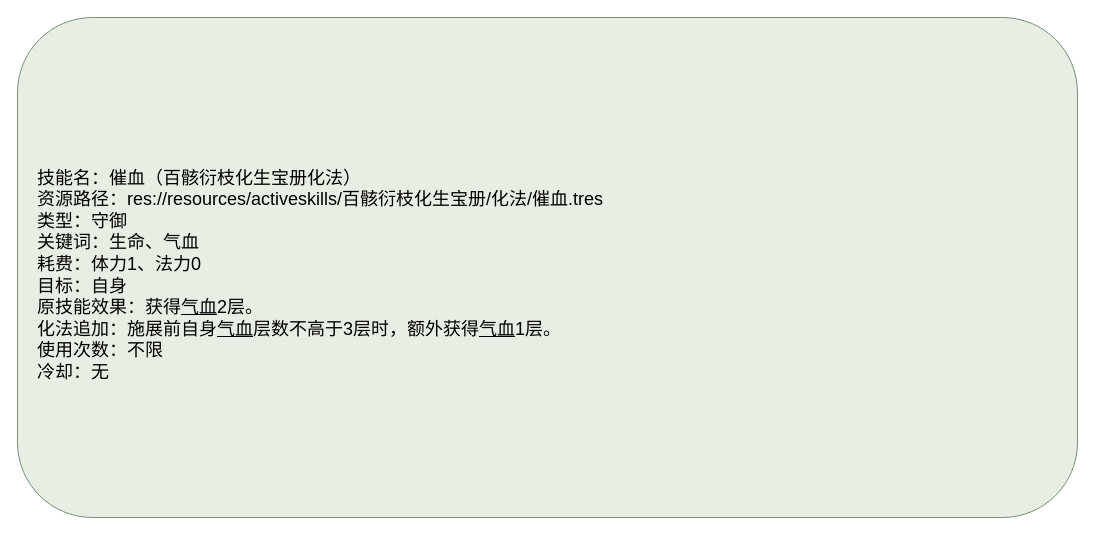
Before: docs/卡牌词典/秘籍技能/百骸衍枝化生宝册/化法/催血.drawio in ankundanetracyc-spec/tian-guan-you-du, a draw.io diagram. Source tidied: cells renumbered, new cells numbered last; positions are measured from the earlier drawing's top-left corner, leaving out a move shared by most shapes. Both pictures are drawn from the tidied source at 100%, with x=0, y=0 at pixel (17, 17).
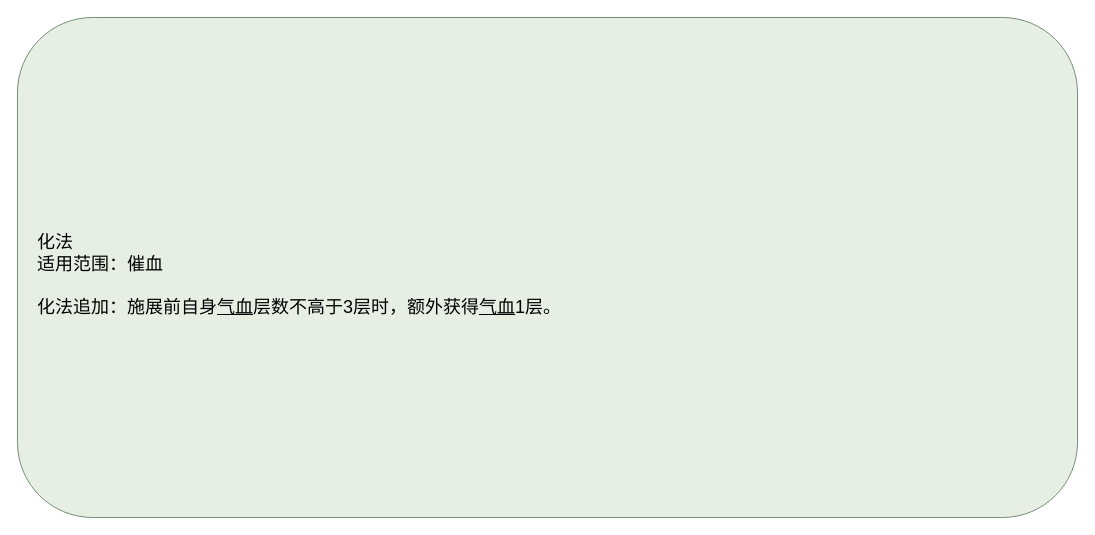
The same page after the edit.

What changed in the source:
```diff
@@
 <mxGraphModel>
   <root>
     <mxCell id="0" />
     <mxCell id="1" parent="0" />
-    <mxCell id="2" value="&lt;div style=&quot;text-align:left;&quot;&gt;技能名：催血（百骸衍枝化生宝册化法）&lt;br&gt;资源路径：res://resources/activeskills/百骸衍枝化生宝册/化法/催血.tres&lt;br&gt;类型：守御&lt;br&gt;关键词：生命、气血&lt;br&gt;耗费：体力1、法力0&lt;br&gt;目标：自身&lt;br&gt;原技能效果：获得&lt;u&gt;气血&lt;/u&gt;2层。&lt;br&gt;化法追加：施展前自身&lt;u&gt;气血&lt;/u&gt;层数不高于3层时，额外获得&lt;u&gt;气血&lt;/u&gt;1层。&lt;br&gt;使用次数：不限&lt;br&gt;冷却：无&lt;/div&gt;" style="rounded=1;whiteSpace=wrap;html=1;fillColor=#e7eee4;strokeColor=#769078;fontSize=18;align=left;spacingLeft=18;spacingTop=16;" parent="1" vertex="1">
+    <mxCell id="2" value="&lt;div style=&quot;text-align:left;&quot;&gt;化法&lt;br&gt;适用范围：催血&lt;br&gt;&lt;br&gt;化法追加：施展前自身&lt;u&gt;气血&lt;/u&gt;层数不高于3层时，额外获得&lt;u&gt;气血&lt;/u&gt;1层。&lt;/div&gt;" style="rounded=1;whiteSpace=wrap;html=1;fillColor=#e7eee4;strokeColor=#769078;fontSize=18;align=left;spacingLeft=18;spacingTop=16;" parent="1" vertex="1">
       <mxGeometry width="1060" height="500" as="geometry" />
     </mxCell>
   </root>
 </mxGraphModel>
```
